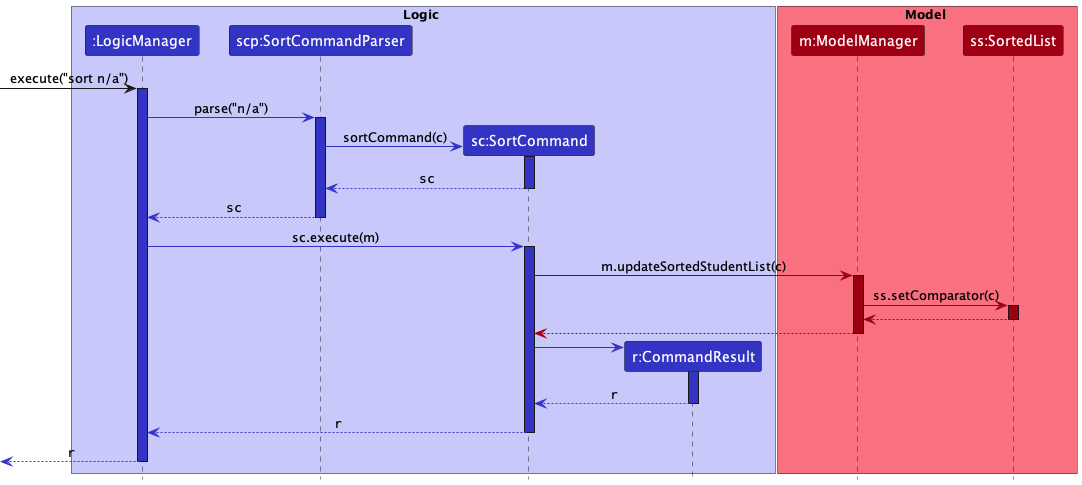
nus-cs2103-AY2223S1/tp keeps this PlantUML diagram as docs/images/SortCommandSequenceDiagram.png. Above is the earlier version.
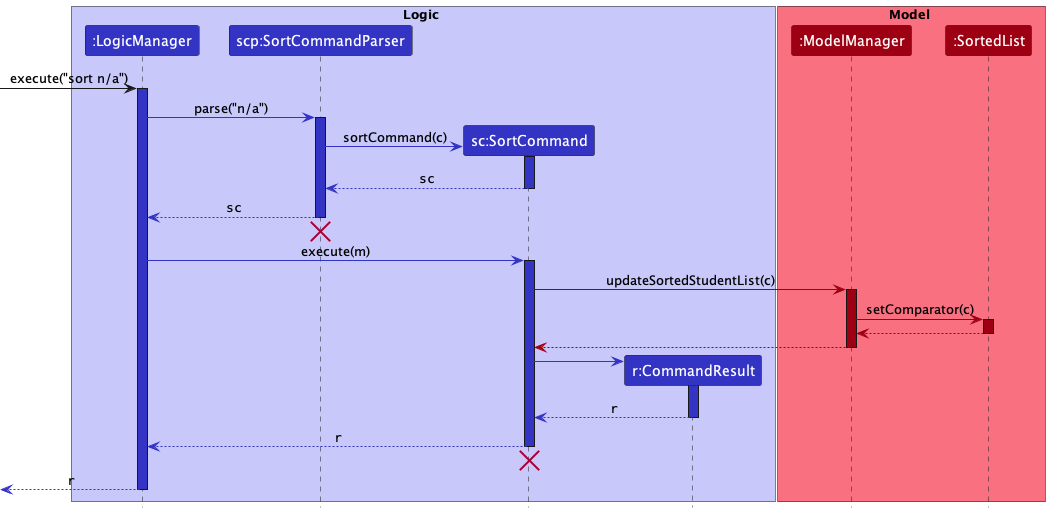
Above is the later version.

Diff of the diagram source:
```diff
@@ -9,8 +9,8 @@
 end box
 
 box Model MODEL_COLOR_T1
-Participant "m:ModelManager" as modelManager MODEL_COLOR
-Participant "ss:SortedList" as sortedList MODEL_COLOR
+Participant ":ModelManager" as modelManager MODEL_COLOR
+Participant ":SortedList" as sortedList MODEL_COLOR
 end box
 
 [-> logicManager : execute("sort n/a")
@@ -29,13 +29,16 @@
 sortCommandParser --[LOGIC_COLOR]> logicManager : ""sc""
 deactivate sortCommandParser
 
-logicManager -[LOGIC_COLOR]> sortCommand : sc.execute(m)
+sortCommandParser -[hidden]-> logicManager
+destroy sortCommandParser
+
+logicManager -[LOGIC_COLOR]> sortCommand : execute(m)
 activate sortCommand LOGIC_COLOR
 
-sortCommand -[MODEL_COLOR]> modelManager : m.updateSortedStudentList(c)
+sortCommand -[MODEL_COLOR]> modelManager : updateSortedStudentList(c)
 activate modelManager MODEL_COLOR
 
-modelManager -[MODEL_COLOR]> sortedList : ss.setComparator(c)
+modelManager -[MODEL_COLOR]> sortedList : setComparator(c)
 activate sortedList MODEL_COLOR
 
 sortedList --[MODEL_COLOR]> modelManager
@@ -54,6 +57,9 @@
 sortCommand --[LOGIC_COLOR]> logicManager : ""r""
 deactivate sortCommand
 
+sortCommand -[hidden]-> logicManager
+destroy sortCommand
+
 [<[LOGIC_COLOR]-- logicManager : ""r""
 
 deactivate logicManager
```
